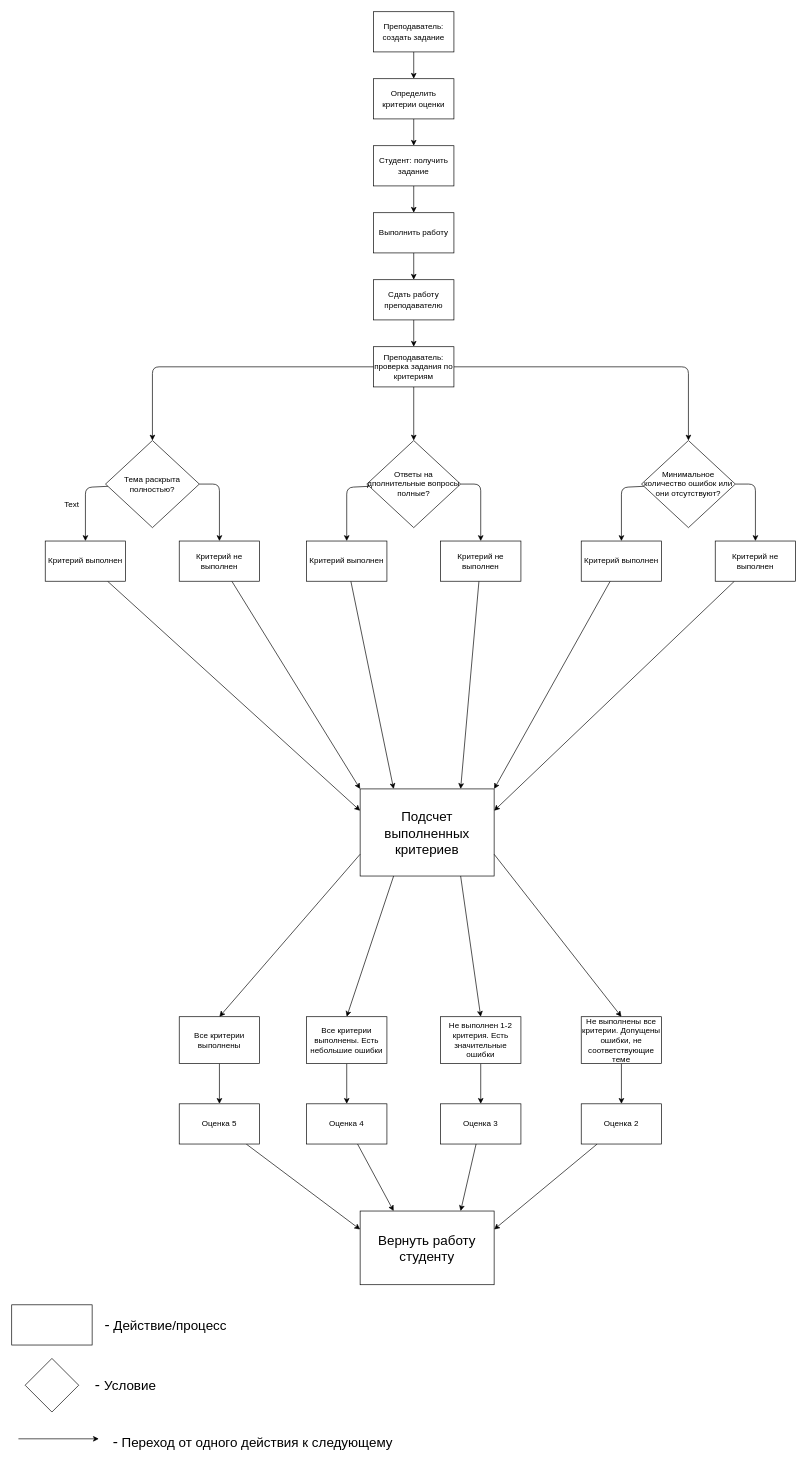
The draw.io diagram diagram.dio in PKO001Classroom/PKOvchinnikova_21IS_4semestr_Shabanov, before the edit. Source tidied: cells renumbered, new cells numbered last; positions are measured from the earlier drawing's top-left corner, leaving out a move shared by most shapes. Both pictures are drawn from the tidied source at 67%, with x=0, y=0 at pixel (11, 11).
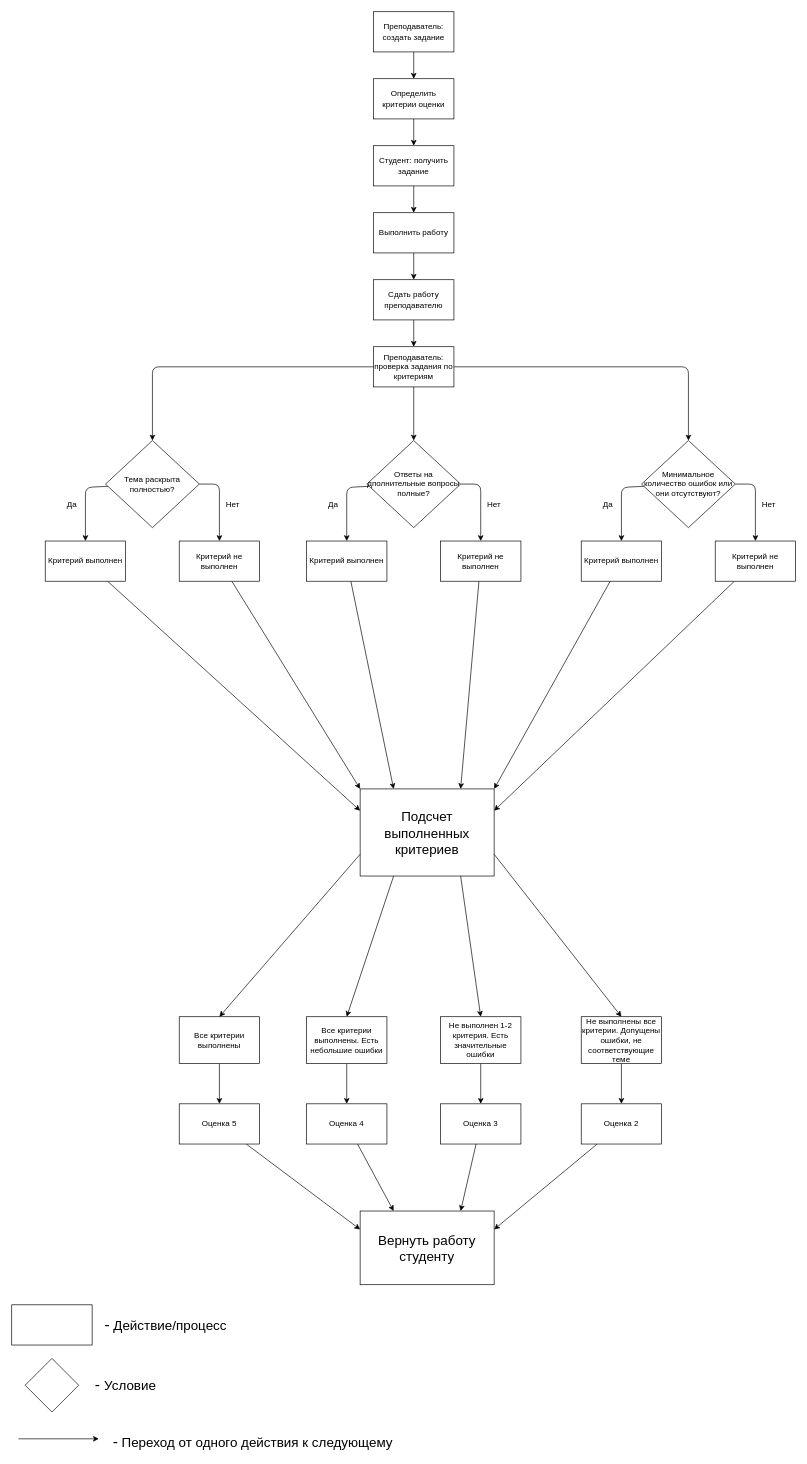
The same diagram, later.

Diff of the diagram source:
```diff
@@
-    <mxCell id="37" value="Text" style="text;html=1;align=center;verticalAlign=middle;whiteSpace=wrap;rounded=0;" parent="1" vertex="1">
+    <mxCell id="37" value="Да" style="text;html=1;align=center;verticalAlign=middle;whiteSpace=wrap;rounded=0;" parent="1" vertex="1">
       <mxGeometry x="60" y="720" width="60" height="30" as="geometry" />
     </mxCell>
@@
+    <mxCell id="66" value="Нет" style="text;html=1;align=center;verticalAlign=middle;whiteSpace=wrap;rounded=0;" parent="1" vertex="1">
+      <mxGeometry x="300" y="720" width="60" height="30" as="geometry" />
+    </mxCell>
+    <mxCell id="67" value="Да" style="text;html=1;align=center;verticalAlign=middle;whiteSpace=wrap;rounded=0;" parent="1" vertex="1">
+      <mxGeometry x="450" y="720" width="60" height="30" as="geometry" />
+    </mxCell>
+    <mxCell id="68" value="Да" style="text;html=1;align=center;verticalAlign=middle;whiteSpace=wrap;rounded=0;" parent="1" vertex="1">
+      <mxGeometry x="860" y="720" width="60" height="30" as="geometry" />
+    </mxCell>
+    <mxCell id="69" value="Нет" style="text;html=1;align=center;verticalAlign=middle;whiteSpace=wrap;rounded=0;" parent="1" vertex="1">
+      <mxGeometry x="690" y="720" width="60" height="30" as="geometry" />
+    </mxCell>
+    <mxCell id="70" value="Нет" style="text;html=1;align=center;verticalAlign=middle;whiteSpace=wrap;rounded=0;" parent="1" vertex="1">
+      <mxGeometry x="1100" y="720" width="60" height="30" as="geometry" />
+    </mxCell>
```
